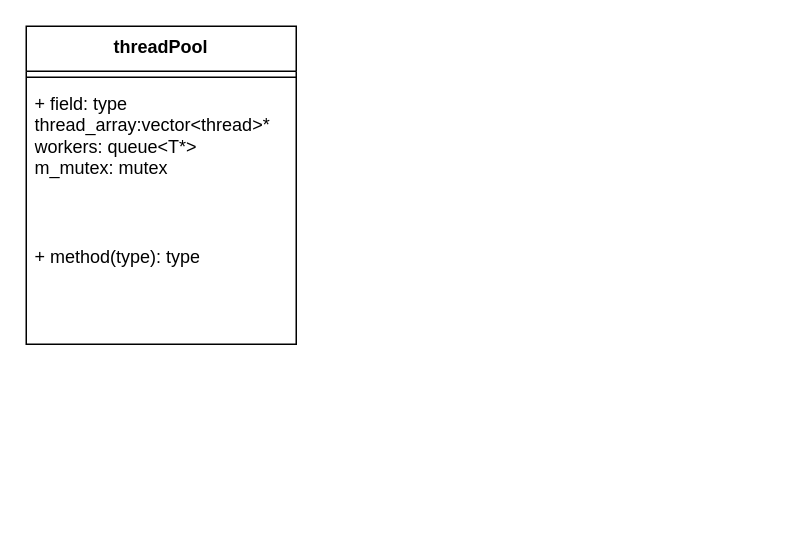
The draw.io diagram httpserver_niuke.drawio in ZWJ5656588/uml, before the edit. Source tidied: cells renumbered, new cells numbered last; positions are measured from the earlier drawing's top-left corner, leaving out a move shared by most shapes. Both pictures are drawn from the tidied source at 150%, with x=0, y=0 at pixel (26, 26).
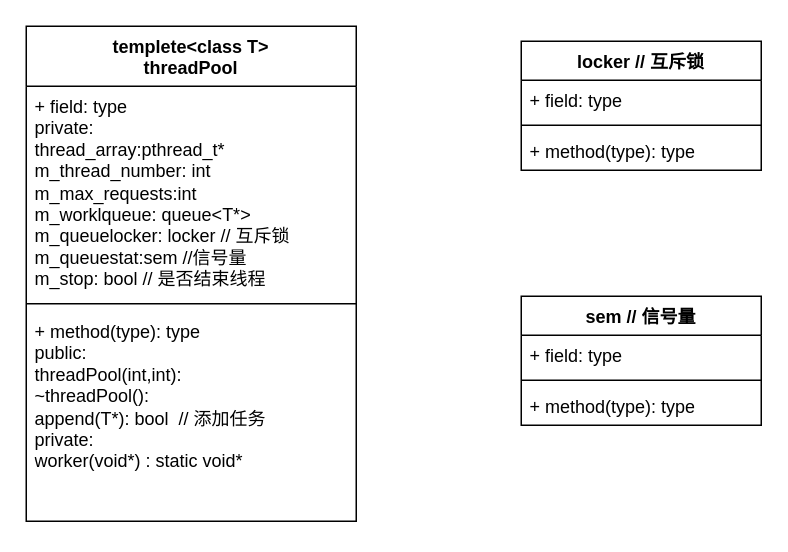
The same diagram, later.

Change to the diagram source:
```diff
@@
 <mxGraphModel>
   <root>
     <mxCell id="0" />
     <mxCell id="1" parent="0" />
-    <mxCell id="2" value="threadPool" style="swimlane;fontStyle=1;align=center;verticalAlign=top;horizontal=1;startSize=30;whiteSpace=wrap;html=1;" parent="1" vertex="1">
-      <mxGeometry width="180" height="212" as="geometry" />
+    <mxCell id="2" value="templete&amp;lt;class T&amp;gt;&lt;br&gt;threadPool" style="swimlane;fontStyle=1;align=center;verticalAlign=top;horizontal=1;startSize=40;whiteSpace=wrap;html=1;" parent="1" vertex="1">
+      <mxGeometry width="220" height="330" as="geometry" />
     </mxCell>
+    <mxCell id="4" value="+ field: type&lt;br&gt;private:&lt;br&gt;thread_array:pthread_t*&lt;br&gt;m_thread_number: int&lt;br&gt;m_max_requests:int&lt;br&gt;m_worklqueue: queue&amp;lt;T*&amp;gt;&lt;br&gt;m_queuelocker: locker // 互斥锁&lt;br&gt;m_queuestat:sem //信号量&lt;br&gt;m_stop: bool // 是否结束线程" style="text;strokeColor=none;fillColor=none;align=left;verticalAlign=top;spacingLeft=4;spacingRight=4;overflow=hidden;whiteSpace=wrap;html=1;" parent="2" vertex="1">
+      <mxGeometry y="40" width="220" height="140" as="geometry" />
+    </mxCell>
     <mxCell id="3" style="line;strokeWidth=1;fillColor=none;align=left;verticalAlign=middle;spacingTop=-1;spacingLeft=3;spacingRight=3;labelPosition=right;strokeColor=inherit;" parent="2" vertex="1">
-      <mxGeometry y="30" width="180" height="8" as="geometry" />
+      <mxGeometry y="180" width="220" height="10" as="geometry" />
     </mxCell>
-    <mxCell id="4" value="+ field: type&lt;br&gt;thread_array:vector&amp;lt;thread&amp;gt;*&lt;br&gt;workers: queue&amp;lt;T*&amp;gt;&lt;br&gt;m_mutex: mutex&lt;br&gt;" style="text;strokeColor=none;fillColor=none;align=left;verticalAlign=top;spacingLeft=4;spacingRight=4;overflow=hidden;whiteSpace=wrap;html=1;" parent="2" vertex="1">
-      <mxGeometry y="38" width="180" height="102" as="geometry" />
-    </mxCell>
-    <mxCell id="5" value="+ method(type): type" style="text;strokeColor=none;fillColor=none;align=left;verticalAlign=top;spacingLeft=4;spacingRight=4;overflow=hidden;whiteSpace=wrap;html=1;" parent="2" vertex="1">
-      <mxGeometry y="140" width="180" height="72" as="geometry" />
+    <mxCell id="5" value="+ method(type): type&lt;br&gt;public:&lt;br&gt;threadPool(int,int):&lt;br&gt;~threadPool():&lt;br&gt;append(T*): bool&amp;nbsp; // 添加任务&lt;br&gt;private:&lt;br&gt;worker(void*) : static void*" style="text;strokeColor=none;fillColor=none;align=left;verticalAlign=top;spacingLeft=4;spacingRight=4;overflow=hidden;whiteSpace=wrap;html=1;" parent="2" vertex="1">
+      <mxGeometry y="190" width="220" height="140" as="geometry" />
     </mxCell>
+    <mxCell id="6" value="locker // 互斥锁" style="swimlane;fontStyle=1;align=center;verticalAlign=top;horizontal=1;startSize=26;whiteSpace=wrap;html=1;" parent="1" vertex="1">
+      <mxGeometry x="330" y="10" width="160" height="86" as="geometry" />
+    </mxCell>
+    <mxCell id="7" value="+ field: type" style="text;strokeColor=none;fillColor=none;align=left;verticalAlign=top;spacingLeft=4;spacingRight=4;overflow=hidden;whiteSpace=wrap;html=1;" parent="6" vertex="1">
+      <mxGeometry y="26" width="160" height="26" as="geometry" />
+    </mxCell>
+    <mxCell id="8" style="line;strokeWidth=1;fillColor=none;align=left;verticalAlign=middle;spacingTop=-1;spacingLeft=3;spacingRight=3;labelPosition=right;strokeColor=inherit;" parent="6" vertex="1">
+      <mxGeometry y="52" width="160" height="8" as="geometry" />
+    </mxCell>
+    <mxCell id="9" value="+ method(type): type" style="text;strokeColor=none;fillColor=none;align=left;verticalAlign=top;spacingLeft=4;spacingRight=4;overflow=hidden;whiteSpace=wrap;html=1;" parent="6" vertex="1">
+      <mxGeometry y="60" width="160" height="26" as="geometry" />
+    </mxCell>
+    <mxCell id="10" value="sem // 信号量&lt;br&gt;" style="swimlane;fontStyle=1;align=center;verticalAlign=top;horizontal=1;startSize=26;whiteSpace=wrap;html=1;" parent="1" vertex="1">
+      <mxGeometry x="330" y="180" width="160" height="86" as="geometry" />
+    </mxCell>
+    <mxCell id="11" value="+ field: type" style="text;strokeColor=none;fillColor=none;align=left;verticalAlign=top;spacingLeft=4;spacingRight=4;overflow=hidden;whiteSpace=wrap;html=1;" parent="10" vertex="1">
+      <mxGeometry y="26" width="160" height="26" as="geometry" />
+    </mxCell>
+    <mxCell id="12" style="line;strokeWidth=1;fillColor=none;align=left;verticalAlign=middle;spacingTop=-1;spacingLeft=3;spacingRight=3;labelPosition=right;strokeColor=inherit;" parent="10" vertex="1">
+      <mxGeometry y="52" width="160" height="8" as="geometry" />
+    </mxCell>
+    <mxCell id="13" value="+ method(type): type" style="text;strokeColor=none;fillColor=none;align=left;verticalAlign=top;spacingLeft=4;spacingRight=4;overflow=hidden;whiteSpace=wrap;html=1;" parent="10" vertex="1">
+      <mxGeometry y="60" width="160" height="26" as="geometry" />
+    </mxCell>
   </root>
 </mxGraphModel>
```
